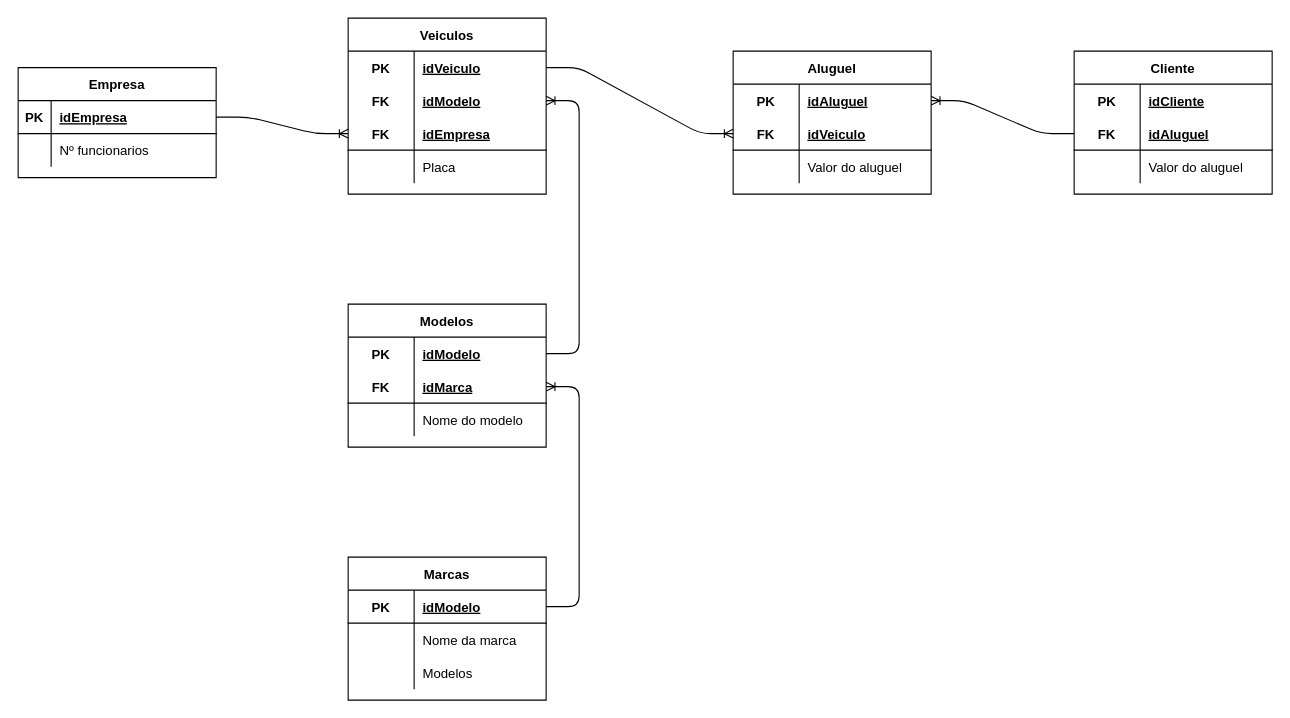
JoVi0li/senai_2dm_sprint1_bd keeps this draw.io diagram as page "logico" (2 of 2) of exercicios/1.2-exercicio-locadora/exe02-locadora.drawio. Above is the earlier version. Source tidied: cells renumbered, new cells numbered last; positions are measured from the earlier drawing's top-left corner, leaving out a move shared by most shapes. Both pictures are drawn from the tidied source at 110%, with x=0, y=0 at pixel (18, 18).
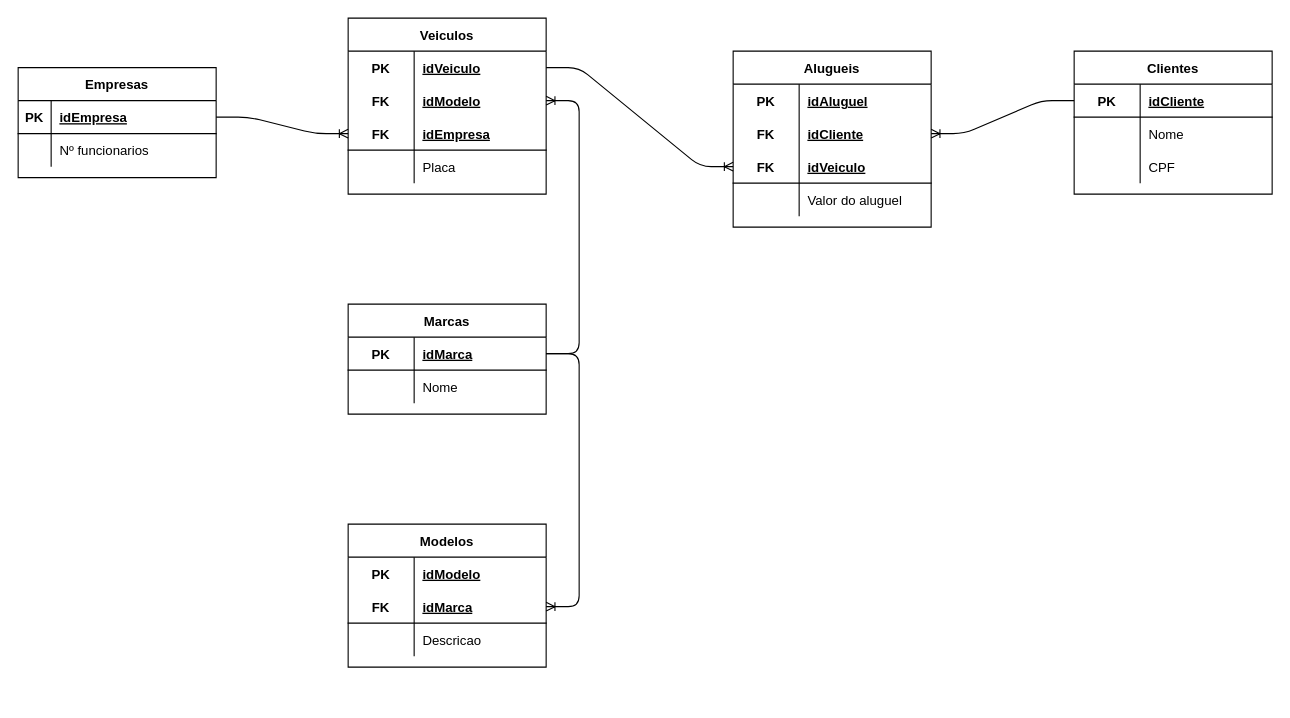
After the change.

Unchanged cells that the change refers to:
```xml
<mxCell id="13" style="shape=partialRectangle;fillColor=none;top=0;left=0;bottom=0;right=0;points=[[0,0.5],[1,0.5]];portConstraint=eastwest;" parent="9" vertex="1">
  <mxGeometry y="60" width="180" height="30" as="geometry" />
</mxCell>
<mxCell id="55" style="shape=partialRectangle;fillColor=none;top=0;left=0;bottom=0;right=0;points=[[0,0.5],[1,0.5]];portConstraint=eastwest;" parent="54" vertex="1">
  <mxGeometry y="30" width="180" height="30" as="geometry" />
</mxCell>
```

The edit, as a diff of the source:
```diff
@@
-    <mxCell id="2" value="Empresa" style="shape=table;startSize=30;childLayout=tableLayout;rowLines=0;fontStyle=1;align=center;" parent="1" vertex="1">
+    <mxCell id="2" value="Empresas" style="shape=table;startSize=30;childLayout=tableLayout;rowLines=0;fontStyle=1;align=center;" parent="1" vertex="1">
       <mxGeometry y="45" width="180" height="100" as="geometry" />
     </mxCell>
@@
-    <mxCell id="22" value="Marcas" style="shape=table;startSize=30;childLayout=tableLayout;rowLines=0;fontStyle=1;align=center;" parent="1" vertex="1">
-      <mxGeometry x="300" y="490" width="180" height="130" as="geometry" />
-    </mxCell>
-    <mxCell id="23" style="shape=partialRectangle;fillColor=none;top=0;left=0;bottom=1;right=0;" parent="22" vertex="1">
-      <mxGeometry y="30" width="180" height="30" as="geometry" />
-    </mxCell>
-    <mxCell id="24" value="PK" style="shape=partialRectangle;fillColor=none;top=0;left=0;bottom=0;right=0;fontStyle=1;overflow=hidden;" parent="23" vertex="1">
-      <mxGeometry width="60" height="30" as="geometry" />
-    </mxCell>
-    <mxCell id="25" value="idModelo" style="shape=partialRectangle;fillColor=none;top=0;left=0;bottom=0;right=0;align=left;spacingLeft=6;fontStyle=5;overflow=hidden;" parent="23" vertex="1">
-      <mxGeometry x="60" width="120" height="30" as="geometry" />
-    </mxCell>
-    <mxCell id="26" style="shape=partialRectangle;fillColor=none;top=0;left=0;bottom=0;right=0;points=[[0,0.5],[1,0.5]];portConstraint=eastwest;" parent="22" vertex="1">
-      <mxGeometry y="60" width="180" height="30" as="geometry" />
-    </mxCell>
-    <mxCell id="27" style="shape=partialRectangle;fillColor=none;top=0;left=0;bottom=0;right=0;overflow=hidden;" parent="26" vertex="1">
-      <mxGeometry width="60" height="30" as="geometry" />
-    </mxCell>
-    <mxCell id="28" value="Nome da marca" style="shape=partialRectangle;fillColor=none;top=0;left=0;bottom=0;right=0;align=left;spacingLeft=6;overflow=hidden;" parent="26" vertex="1">
-      <mxGeometry x="60" width="120" height="30" as="geometry" />
-    </mxCell>
-    <mxCell id="29" style="shape=partialRectangle;fillColor=none;top=0;left=0;bottom=0;right=0;" parent="22" vertex="1">
-      <mxGeometry y="90" width="180" height="30" as="geometry" />
-    </mxCell>
-    <mxCell id="30" style="shape=partialRectangle;fillColor=none;top=0;left=0;bottom=0;right=0;overflow=hidden;" parent="29" vertex="1">
-      <mxGeometry width="60" height="30" as="geometry" />
-    </mxCell>
-    <mxCell id="31" value="Modelos" style="shape=partialRectangle;fillColor=none;top=0;left=0;bottom=0;right=0;align=left;spacingLeft=6;overflow=hidden;" parent="29" vertex="1">
-      <mxGeometry x="60" width="120" height="30" as="geometry" />
-    </mxCell>
-    <mxCell id="32" value="Modelos" style="shape=table;startSize=30;childLayout=tableLayout;rowLines=0;fontStyle=1;align=center;" parent="1" vertex="1">
-      <mxGeometry x="300" y="260" width="180" height="130" as="geometry" />
+    <mxCell id="32" value="Marcas" style="shape=table;startSize=30;childLayout=tableLayout;rowLines=0;fontStyle=1;align=center;" parent="1" vertex="1">
+      <mxGeometry x="300" y="260" width="180" height="100" as="geometry" />
     </mxCell>
-    <mxCell id="33" style="shape=partialRectangle;fillColor=none;top=0;left=0;bottom=0;right=0;points=[[0,0.5],[1,0.5]];portConstraint=eastwest;" parent="32" vertex="1">
-      <mxGeometry y="30" width="180" height="30" as="geometry" />
-    </mxCell>
-    <mxCell id="34" value="PK" style="shape=partialRectangle;fillColor=none;top=0;left=0;bottom=0;right=0;fontStyle=1;overflow=hidden;" parent="33" vertex="1">
-      <mxGeometry width="60" height="30" as="geometry" />
-    </mxCell>
-    <mxCell id="35" value="idModelo" style="shape=partialRectangle;fillColor=none;top=0;left=0;bottom=0;right=0;align=left;spacingLeft=6;fontStyle=5;overflow=hidden;" parent="33" vertex="1">
-      <mxGeometry x="60" width="120" height="30" as="geometry" />
-    </mxCell>
     <mxCell id="36" style="shape=partialRectangle;fillColor=none;top=0;left=0;bottom=1;right=0;points=[[0,0.5],[1,0.5]];portConstraint=eastwest;" parent="32" vertex="1">
-      <mxGeometry y="60" width="180" height="30" as="geometry" />
+      <mxGeometry y="30" width="180" height="30" as="geometry" />
     </mxCell>
-    <mxCell id="37" value="FK" style="shape=partialRectangle;fillColor=none;top=0;left=0;bottom=0;right=0;fontStyle=1;overflow=hidden;" parent="36" vertex="1">
+    <mxCell id="37" value="PK" style="shape=partialRectangle;fillColor=none;top=0;left=0;bottom=0;right=0;fontStyle=1;overflow=hidden;" parent="36" vertex="1">
       <mxGeometry width="60" height="30" as="geometry" />
     </mxCell>
@@
     <mxCell id="39" style="shape=partialRectangle;fillColor=none;top=0;left=0;bottom=0;right=0;" parent="32" vertex="1">
-      <mxGeometry y="90" width="180" height="30" as="geometry" />
+      <mxGeometry y="60" width="180" height="30" as="geometry" />
     </mxCell>
@@
-    <mxCell id="41" value="Nome do modelo" style="shape=partialRectangle;fillColor=none;top=0;left=0;bottom=0;right=0;align=left;spacingLeft=6;overflow=hidden;" parent="39" vertex="1">
+    <mxCell id="41" value="Nome" style="shape=partialRectangle;fillColor=none;top=0;left=0;bottom=0;right=0;align=left;spacingLeft=6;overflow=hidden;" parent="39" vertex="1">
       <mxGeometry x="60" width="120" height="30" as="geometry" />
     </mxCell>
-    <mxCell id="42" value="Cliente" style="shape=table;startSize=30;childLayout=tableLayout;rowLines=0;fontStyle=1;align=center;" parent="1" vertex="1">
+    <mxCell id="42" value="Clientes" style="shape=table;startSize=30;childLayout=tableLayout;rowLines=0;fontStyle=1;align=center;" parent="1" vertex="1">
       <mxGeometry x="960" y="30" width="180" height="130" as="geometry" />
     </mxCell>
-    <mxCell id="43" style="shape=partialRectangle;fillColor=none;top=0;left=0;bottom=0;right=0;" parent="42" vertex="1">
-      <mxGeometry y="30" width="180" height="30" as="geometry" />
-    </mxCell>
-    <mxCell id="44" value="PK" style="shape=partialRectangle;fillColor=none;top=0;left=0;bottom=0;right=0;fontStyle=1;overflow=hidden;" parent="43" vertex="1">
-      <mxGeometry width="60" height="30" as="geometry" />
-    </mxCell>
-    <mxCell id="45" value="idCliente" style="shape=partialRectangle;fillColor=none;top=0;left=0;bottom=0;right=0;align=left;spacingLeft=6;fontStyle=5;overflow=hidden;" parent="43" vertex="1">
-      <mxGeometry x="60" width="120" height="30" as="geometry" />
-    </mxCell>
     <mxCell id="46" style="shape=partialRectangle;fillColor=none;top=0;left=0;bottom=1;right=0;points=[[0,0.5],[1,0.5]];portConstraint=eastwest;" parent="42" vertex="1">
-      <mxGeometry y="60" width="180" height="30" as="geometry" />
+      <mxGeometry y="30" width="180" height="30" as="geometry" />
     </mxCell>
-    <mxCell id="47" value="FK" style="shape=partialRectangle;fillColor=none;top=0;left=0;bottom=0;right=0;fontStyle=1;overflow=hidden;" parent="46" vertex="1">
+    <mxCell id="47" value="PK" style="shape=partialRectangle;fillColor=none;top=0;left=0;bottom=0;right=0;fontStyle=1;overflow=hidden;" parent="46" vertex="1">
       <mxGeometry width="60" height="30" as="geometry" />
     </mxCell>
-    <mxCell id="48" value="idAluguel" style="shape=partialRectangle;fillColor=none;top=0;left=0;bottom=0;right=0;align=left;spacingLeft=6;fontStyle=5;overflow=hidden;" parent="46" vertex="1">
+    <mxCell id="48" value="idCliente" style="shape=partialRectangle;fillColor=none;top=0;left=0;bottom=0;right=0;align=left;spacingLeft=6;fontStyle=5;overflow=hidden;" parent="46" vertex="1">
       <mxGeometry x="60" width="120" height="30" as="geometry" />
     </mxCell>
     <mxCell id="49" style="shape=partialRectangle;fillColor=none;top=0;left=0;bottom=0;right=0;" parent="42" vertex="1">
-      <mxGeometry y="90" width="180" height="30" as="geometry" />
+      <mxGeometry y="60" width="180" height="30" as="geometry" />
     </mxCell>
@@
-    <mxCell id="51" value="Valor do aluguel" style="shape=partialRectangle;fillColor=none;top=0;left=0;bottom=0;right=0;align=left;spacingLeft=6;overflow=hidden;" parent="49" vertex="1">
+    <mxCell id="51" value="Nome" style="shape=partialRectangle;fillColor=none;top=0;left=0;bottom=0;right=0;align=left;spacingLeft=6;overflow=hidden;" parent="49" vertex="1">
       <mxGeometry x="60" width="120" height="30" as="geometry" />
     </mxCell>
+    <mxCell id="67" style="shape=partialRectangle;fillColor=none;top=0;left=0;bottom=0;right=0;" parent="42" vertex="1">
+      <mxGeometry y="90" width="180" height="30" as="geometry" />
+    </mxCell>
+    <mxCell id="68" style="shape=partialRectangle;fillColor=none;top=0;left=0;bottom=0;right=0;overflow=hidden;" parent="67" vertex="1">
+      <mxGeometry width="60" height="30" as="geometry" />
+    </mxCell>
+    <mxCell id="69" value="CPF" style="shape=partialRectangle;fillColor=none;top=0;left=0;bottom=0;right=0;align=left;spacingLeft=6;overflow=hidden;" parent="67" vertex="1">
+      <mxGeometry x="60" width="120" height="30" as="geometry" />
+    </mxCell>
@@
-    <mxCell id="54" value="Aluguel" style="shape=table;startSize=30;childLayout=tableLayout;rowLines=0;fontStyle=1;align=center;" parent="1" vertex="1">
-      <mxGeometry x="650" y="30" width="180" height="130" as="geometry" />
+    <mxCell id="54" value="Alugueis" style="shape=table;startSize=30;childLayout=tableLayout;rowLines=0;fontStyle=1;align=center;" parent="1" vertex="1">
+      <mxGeometry x="650" y="30" width="180" height="160" as="geometry" />
     </mxCell>
@@
+    <mxCell id="26" style="shape=partialRectangle;fillColor=none;top=0;left=0;bottom=0;right=0;points=[[0,0.5],[1,0.5]];portConstraint=eastwest;" parent="54" vertex="1">
+      <mxGeometry y="60" width="180" height="30" as="geometry" />
+    </mxCell>
+    <mxCell id="70" value="FK" style="shape=partialRectangle;fillColor=none;top=0;left=0;bottom=0;right=0;fontStyle=1;overflow=hidden;" parent="26" vertex="1">
+      <mxGeometry width="60" height="30" as="geometry" />
+    </mxCell>
+    <mxCell id="45" value="idCliente" style="shape=partialRectangle;fillColor=none;top=0;left=0;bottom=0;right=0;align=left;spacingLeft=6;fontStyle=5;overflow=hidden;" parent="26" vertex="1">
+      <mxGeometry x="60" width="120" height="30" as="geometry" />
+    </mxCell>
     <mxCell id="58" style="shape=partialRectangle;fillColor=none;top=0;left=0;bottom=1;right=0;points=[[0,0.5],[1,0.5]];portConstraint=eastwest;" parent="54" vertex="1">
-      <mxGeometry y="60" width="180" height="30" as="geometry" />
+      <mxGeometry y="90" width="180" height="30" as="geometry" />
     </mxCell>
@@
     <mxCell id="61" style="shape=partialRectangle;fillColor=none;top=0;left=0;bottom=0;right=0;" parent="54" vertex="1">
-      <mxGeometry y="90" width="180" height="30" as="geometry" />
+      <mxGeometry y="120" width="180" height="30" as="geometry" />
     </mxCell>
@@
-    <mxCell id="64" style="edgeStyle=entityRelationEdgeStyle;fontSize=12;html=1;endArrow=ERoneToMany;" parent="1" edge="1" source="46" target="55">
+    <mxCell id="64" style="edgeStyle=entityRelationEdgeStyle;fontSize=12;html=1;endArrow=ERoneToMany;" parent="1" edge="1" source="46" target="26">
       <mxGeometry relative="1" as="geometry" />
     </mxCell>
-    <mxCell id="65" style="edgeStyle=entityRelationEdgeStyle;fontSize=12;html=1;endArrow=ERoneToMany;" parent="1" edge="1" source="33" target="13">
-      <mxGeometry relative="1" as="geometry" />
+    <mxCell id="65" style="edgeStyle=entityRelationEdgeStyle;fontSize=12;html=1;endArrow=ERoneToMany;" parent="1" edge="1" target="13">
+      <mxGeometry relative="1" as="geometry">
+        <mxPoint x="480" y="305" as="sourcePoint" />
+      </mxGeometry>
     </mxCell>
-    <mxCell id="66" style="edgeStyle=entityRelationEdgeStyle;fontSize=12;html=1;endArrow=ERoneToMany;" parent="1" edge="1" target="36">
-      <mxGeometry relative="1" as="geometry">
-        <mxPoint x="480" y="535" as="sourcePoint" />
-      </mxGeometry>
-    </mxCell>
+    <mxCell id="31" value="Modelos" style="shape=table;startSize=30;childLayout=tableLayout;rowLines=0;fontStyle=1;align=center;" parent="1" vertex="1">
+      <mxGeometry x="300" y="460" width="180" height="130" as="geometry" />
+    </mxCell>
+    <mxCell id="71" style="shape=partialRectangle;fillColor=none;top=0;left=0;bottom=0;right=0;" parent="31" vertex="1">
+      <mxGeometry y="30" width="180" height="30" as="geometry" />
+    </mxCell>
+    <mxCell id="72" value="PK" style="shape=partialRectangle;fillColor=none;top=0;left=0;bottom=0;right=0;fontStyle=1;overflow=hidden;" parent="71" vertex="1">
+      <mxGeometry width="60" height="30" as="geometry" />
+    </mxCell>
+    <mxCell id="73" value="idModelo" style="shape=partialRectangle;fillColor=none;top=0;left=0;bottom=0;right=0;align=left;spacingLeft=6;fontStyle=5;overflow=hidden;" parent="71" vertex="1">
+      <mxGeometry x="60" width="120" height="30" as="geometry" />
+    </mxCell>
+    <mxCell id="74" style="shape=partialRectangle;fillColor=none;top=0;left=0;bottom=1;right=0;points=[[0,0.5],[1,0.5]];portConstraint=eastwest;" parent="31" vertex="1">
+      <mxGeometry y="60" width="180" height="30" as="geometry" />
+    </mxCell>
+    <mxCell id="75" value="FK" style="shape=partialRectangle;fillColor=none;top=0;left=0;bottom=0;right=0;fontStyle=1;overflow=hidden;" parent="74" vertex="1">
+      <mxGeometry width="60" height="30" as="geometry" />
+    </mxCell>
+    <mxCell id="76" value="idMarca" style="shape=partialRectangle;fillColor=none;top=0;left=0;bottom=0;right=0;align=left;spacingLeft=6;fontStyle=5;overflow=hidden;" parent="74" vertex="1">
+      <mxGeometry x="60" width="120" height="30" as="geometry" />
+    </mxCell>
+    <mxCell id="77" style="shape=partialRectangle;fillColor=none;top=0;left=0;bottom=0;right=0;" parent="31" vertex="1">
+      <mxGeometry y="90" width="180" height="30" as="geometry" />
+    </mxCell>
+    <mxCell id="78" style="shape=partialRectangle;fillColor=none;top=0;left=0;bottom=0;right=0;overflow=hidden;" parent="77" vertex="1">
+      <mxGeometry width="60" height="30" as="geometry" />
+    </mxCell>
+    <mxCell id="79" value="Descricao" style="shape=partialRectangle;fillColor=none;top=0;left=0;bottom=0;right=0;align=left;spacingLeft=6;overflow=hidden;" parent="77" vertex="1">
+      <mxGeometry x="60" width="120" height="30" as="geometry" />
+    </mxCell>
+    <mxCell id="80" style="edgeStyle=entityRelationEdgeStyle;fontSize=12;html=1;endArrow=ERoneToMany;" parent="1" edge="1" source="36" target="74">
+      <mxGeometry relative="1" as="geometry" />
+    </mxCell>
```
